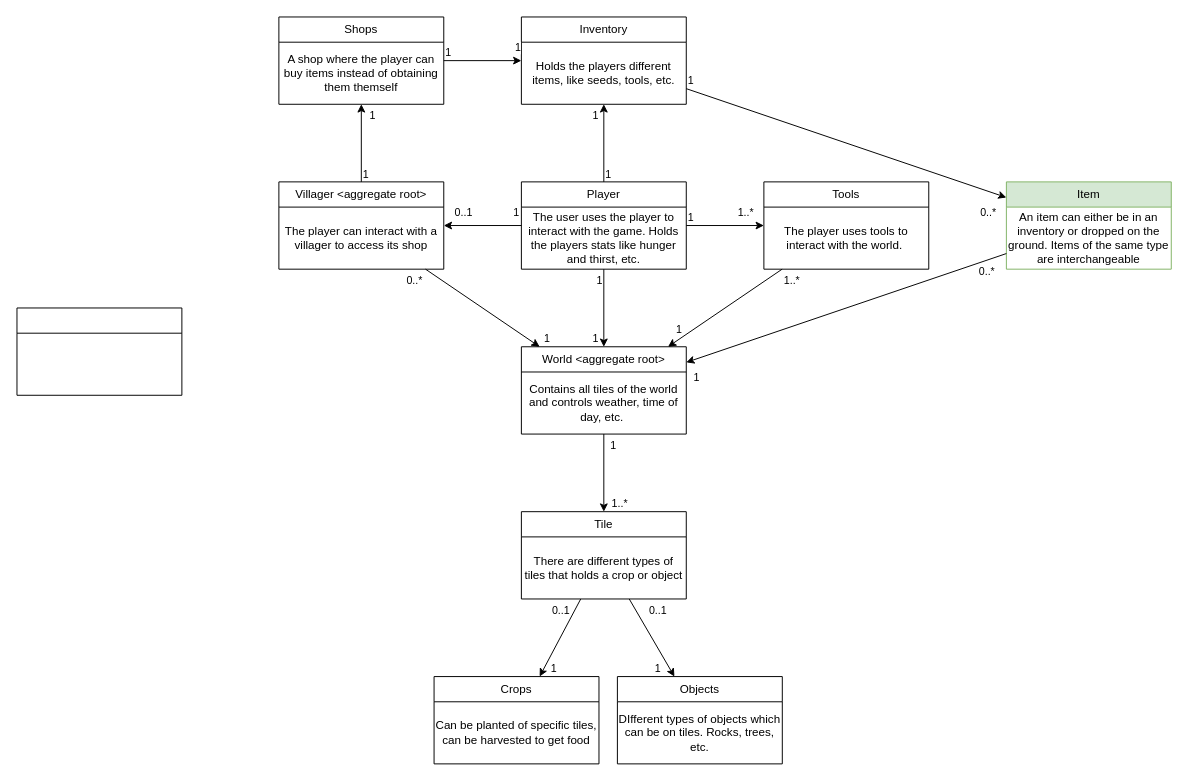
Above: Domainmodel.drawio in ErikFogelstrand/OOPP-eenn (draw.io), before the change. Source tidied: cells renumbered, new cells numbered last; positions are measured from the earlier drawing's top-left corner, leaving out a move shared by most shapes. Both pictures are drawn from the tidied source at 97%, with x=0, y=0 at pixel (16, 16).
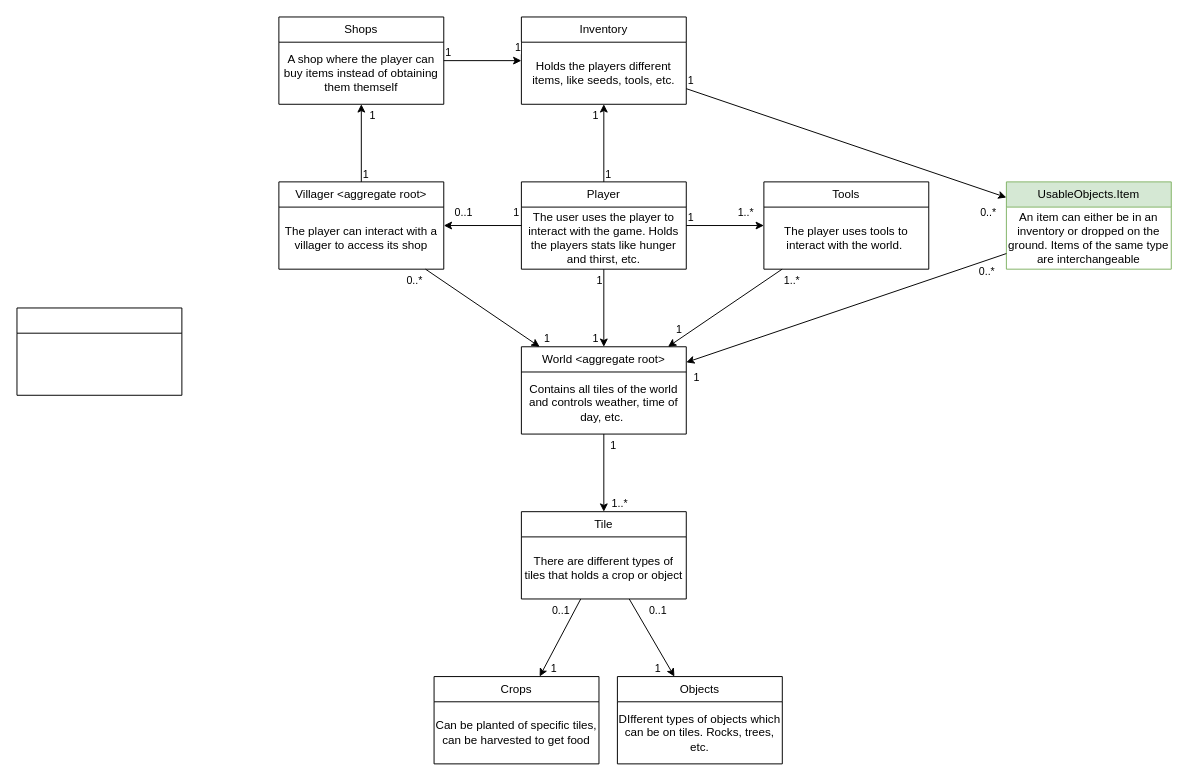
The same page after the edit.

What changed in the source:
```diff
@@
-    <mxCell id="45" value="Item" style="swimlane;fontStyle=0;horizontal=1;startSize=26;fillColor=#d5e8d4;whiteSpace=wrap;html=1;strokeColor=#82b366;" parent="1" vertex="1">
+    <mxCell id="45" value="UsableObjects.Item" style="swimlane;fontStyle=0;horizontal=1;startSize=26;fillColor=#d5e8d4;whiteSpace=wrap;html=1;strokeColor=#82b366;" parent="1" vertex="1">
       <mxGeometry x="1020" y="170" width="170" height="90" as="geometry" />
     </mxCell>
```
